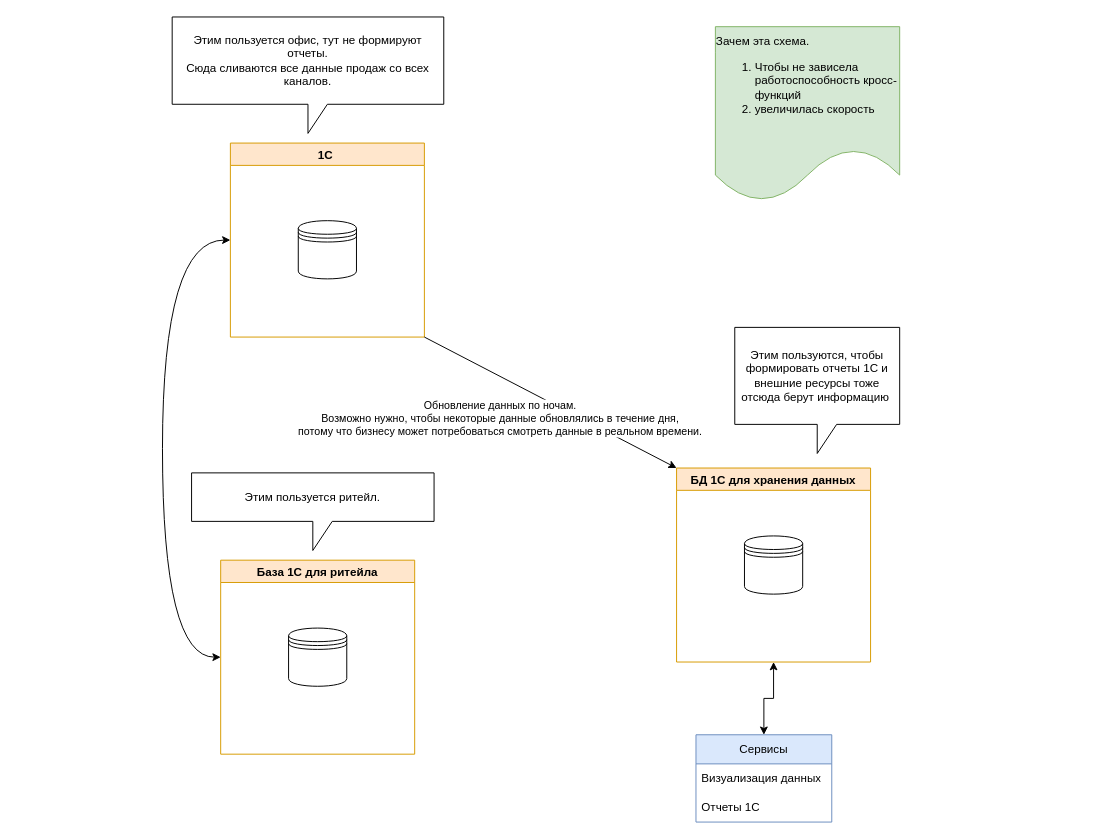
Before: Схема разделения 1С.drawio in iLimberg/BlackTyres, a draw.io diagram. Source tidied: cells renumbered, new cells numbered last; positions are measured from the earlier drawing's top-left corner, leaving out a move shared by most shapes. Both pictures are drawn from the tidied source at 97%, with x=0, y=0 at pixel (162, 16).
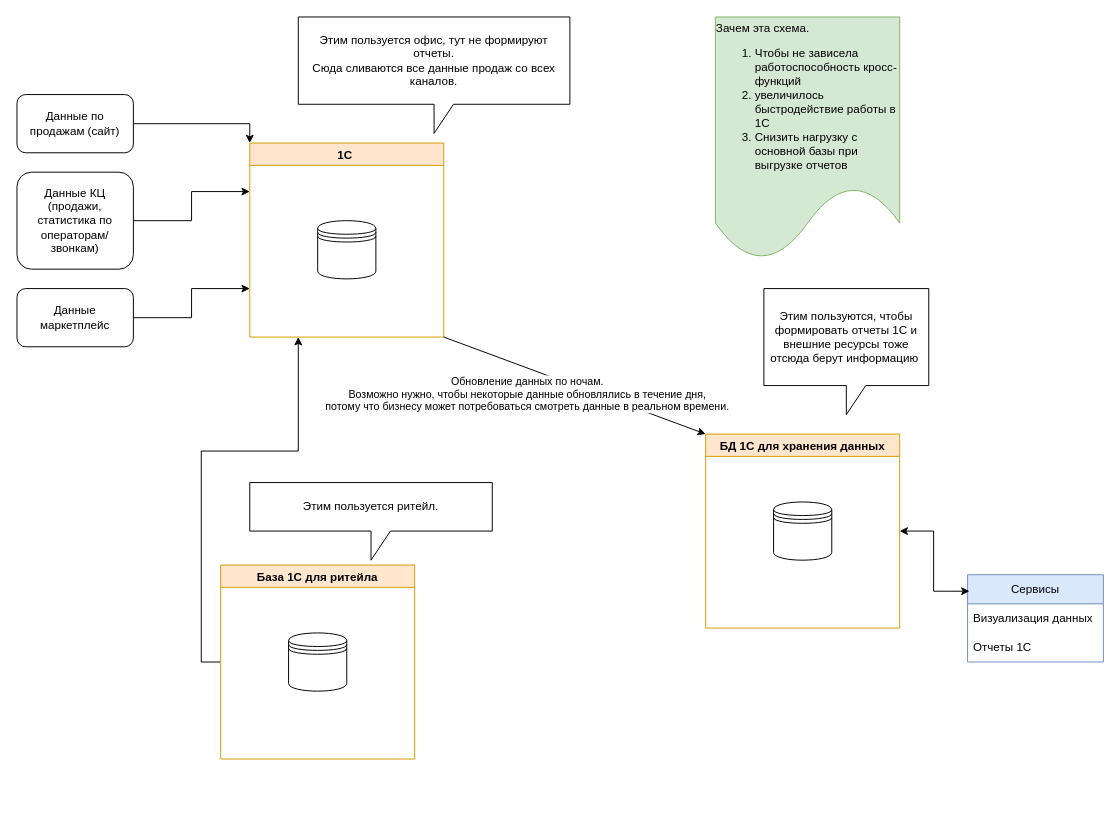
After the change.

The edit, as a diff of the source:
```diff
@@
     <mxCell id="2" value="1C " style="swimlane;fillColor=#ffe6cc;strokeColor=#d79b00;" parent="1" vertex="1">
-      <mxGeometry x="70" y="130" width="200" height="200" as="geometry" />
+      <mxGeometry x="90" y="130" width="200" height="200" as="geometry" />
     </mxCell>
@@
     <mxCell id="4" value="БД 1С для хранения данных" style="swimlane;fillColor=#ffe6cc;strokeColor=#d79b00;" parent="1" vertex="1">
-      <mxGeometry x="530" y="465" width="200" height="200" as="geometry" />
+      <mxGeometry x="560" y="430" width="200" height="200" as="geometry" />
     </mxCell>
@@
+    <mxCell id="18" style="edgeStyle=orthogonalEdgeStyle;rounded=0;jettySize=auto;html=1;exitX=0;exitY=0.5;exitDx=0;exitDy=0;entryX=0.25;entryY=1;entryDx=0;entryDy=0;" parent="1" edge="1" source="6" target="2">
+      <mxGeometry relative="1" as="geometry" />
+    </mxCell>
     <mxCell id="6" value="База 1С для ритейла" style="swimlane;fillColor=#ffe6cc;strokeColor=#d79b00;" parent="1" vertex="1">
-      <mxGeometry x="60" y="560" width="200" height="200" as="geometry" />
+      <mxGeometry x="60" y="565" width="200" height="200" as="geometry" />
     </mxCell>
@@
     <mxCell id="10" value="Сервисы" style="swimlane;fontStyle=0;horizontal=1;startSize=30;whiteSpace=wrap;html=1;fillColor=#dae8fc;strokeColor=#6c8ebf;" parent="1" vertex="1">
-      <mxGeometry x="550" y="740" width="140" height="90" as="geometry" />
+      <mxGeometry x="830" y="575" width="140" height="90" as="geometry" />
     </mxCell>
@@
-    <mxCell id="13" style="edgeStyle=orthogonalEdgeStyle;rounded=0;jettySize=auto;html=1;entryX=0.5;entryY=0;entryDx=0;entryDy=0;startArrow=classic;startFill=1;" parent="1" edge="1" source="4" target="10">
+    <mxCell id="13" style="edgeStyle=orthogonalEdgeStyle;rounded=0;jettySize=auto;html=1;entryX=0.014;entryY=0.189;entryDx=0;entryDy=0;startArrow=classic;startFill=1;entryPerimeter=0;" parent="1" edge="1" source="4" target="10">
       <mxGeometry relative="1" as="geometry" />
     </mxCell>
     <mxCell id="14" value="Этим пользуется офис, тут не формируют отчеты.&lt;div&gt;Сюда сливаются все данные продаж со всех каналов.&lt;/div&gt;" style="shape=callout;whiteSpace=wrap;html=1;perimeter=calloutPerimeter;" parent="1" vertex="1">
-      <mxGeometry x="10" width="280" height="120" as="geometry" />
+      <mxGeometry x="140" width="280" height="120" as="geometry" />
     </mxCell>
     <mxCell id="15" value="Этим пользуются, чтобы формировать отчеты 1С и внешние ресурсы тоже отсюда берут информацию&amp;nbsp;" style="shape=callout;whiteSpace=wrap;html=1;perimeter=calloutPerimeter;" parent="1" vertex="1">
-      <mxGeometry x="590" y="320" width="170" height="130" as="geometry" />
+      <mxGeometry x="620" y="280" width="170" height="130" as="geometry" />
     </mxCell>
     <mxCell id="16" value="Этим пользуется ритейл." style="shape=callout;whiteSpace=wrap;html=1;perimeter=calloutPerimeter;" parent="1" vertex="1">
-      <mxGeometry x="30" y="470" width="250" height="80" as="geometry" />
+      <mxGeometry x="90" y="480" width="250" height="80" as="geometry" />
     </mxCell>
-    <mxCell id="17" value="&lt;div style=&quot;text-align: left;&quot;&gt;Зачем эта схема.&lt;/div&gt;&lt;div style=&quot;text-align: left;&quot;&gt;&lt;ol&gt;&lt;li&gt;Чтобы не зависела работоспособность кросс-функций&lt;br&gt;&lt;/li&gt;&lt;li&gt;увеличилась скорость&lt;br&gt;&lt;/li&gt;&lt;/ol&gt;&lt;/div&gt;&lt;div&gt;&lt;br&gt;&lt;/div&gt;" style="shape=document;whiteSpace=wrap;html=1;boundedLbl=1;fillColor=#d5e8d4;strokeColor=#82b366;" parent="1" vertex="1">
-      <mxGeometry x="570" y="10" width="190" height="180" as="geometry" />
+    <mxCell id="17" value="&lt;div style=&quot;text-align: left;&quot;&gt;Зачем эта схема.&lt;/div&gt;&lt;div style=&quot;text-align: left;&quot;&gt;&lt;ol&gt;&lt;li&gt;Чтобы не зависела работоспособность кросс-функций&lt;br&gt;&lt;/li&gt;&lt;li&gt;увеличилось быстродействие работы в 1С&amp;nbsp;&lt;/li&gt;&lt;li&gt;Снизить нагрузку с основной базы при выгрузке отчетов&lt;/li&gt;&lt;/ol&gt;&lt;/div&gt;" style="shape=document;whiteSpace=wrap;html=1;boundedLbl=1;fillColor=#d5e8d4;strokeColor=#82b366;" parent="1" vertex="1">
+      <mxGeometry x="570" width="190" height="250" as="geometry" />
     </mxCell>
-    <mxCell id="18" style="endArrow=classic;startArrow=classic;html=1;rounded=0;edgeStyle=orthogonalEdgeStyle;curved=1;entryX=0;entryY=0.5;entryDx=0;entryDy=0;exitX=0;exitY=0.5;exitDx=0;exitDy=0;" parent="1" edge="1" source="6" target="2">
-      <mxGeometry relative="1" as="geometry">
-        <Array as="points">
-          <mxPoint y="660" />
-          <mxPoint y="230" />
-        </Array>
-      </mxGeometry>
-    </mxCell>
+    <mxCell id="19" value="Данные по продажам (сайт)" style="rounded=1;whiteSpace=wrap;html=1;" parent="1" vertex="1">
+      <mxGeometry x="-150" y="80" width="120" height="60" as="geometry" />
+    </mxCell>
+    <mxCell id="20" style="edgeStyle=orthogonalEdgeStyle;rounded=0;jettySize=auto;html=1;entryX=0;entryY=0;entryDx=0;entryDy=0;" parent="1" edge="1" source="19" target="2">
+      <mxGeometry relative="1" as="geometry" />
+    </mxCell>
+    <mxCell id="21" style="edgeStyle=orthogonalEdgeStyle;rounded=0;jettySize=auto;html=1;exitX=1;exitY=0.5;exitDx=0;exitDy=0;entryX=0;entryY=0.25;entryDx=0;entryDy=0;" parent="1" edge="1" source="22" target="2">
+      <mxGeometry relative="1" as="geometry" />
+    </mxCell>
+    <mxCell id="22" value="Данные КЦ (продажи, статистика по операторам/звонкам)" style="rounded=1;whiteSpace=wrap;html=1;" parent="1" vertex="1">
+      <mxGeometry x="-150" y="160" width="120" height="100" as="geometry" />
+    </mxCell>
+    <mxCell id="23" style="edgeStyle=orthogonalEdgeStyle;rounded=0;jettySize=auto;html=1;entryX=0;entryY=0.75;entryDx=0;entryDy=0;" parent="1" edge="1" source="24" target="2">
+      <mxGeometry relative="1" as="geometry" />
+    </mxCell>
+    <mxCell id="24" value="Данные маркетплейс" style="rounded=1;whiteSpace=wrap;html=1;" parent="1" vertex="1">
+      <mxGeometry x="-150" y="280" width="120" height="60" as="geometry" />
+    </mxCell>
```
